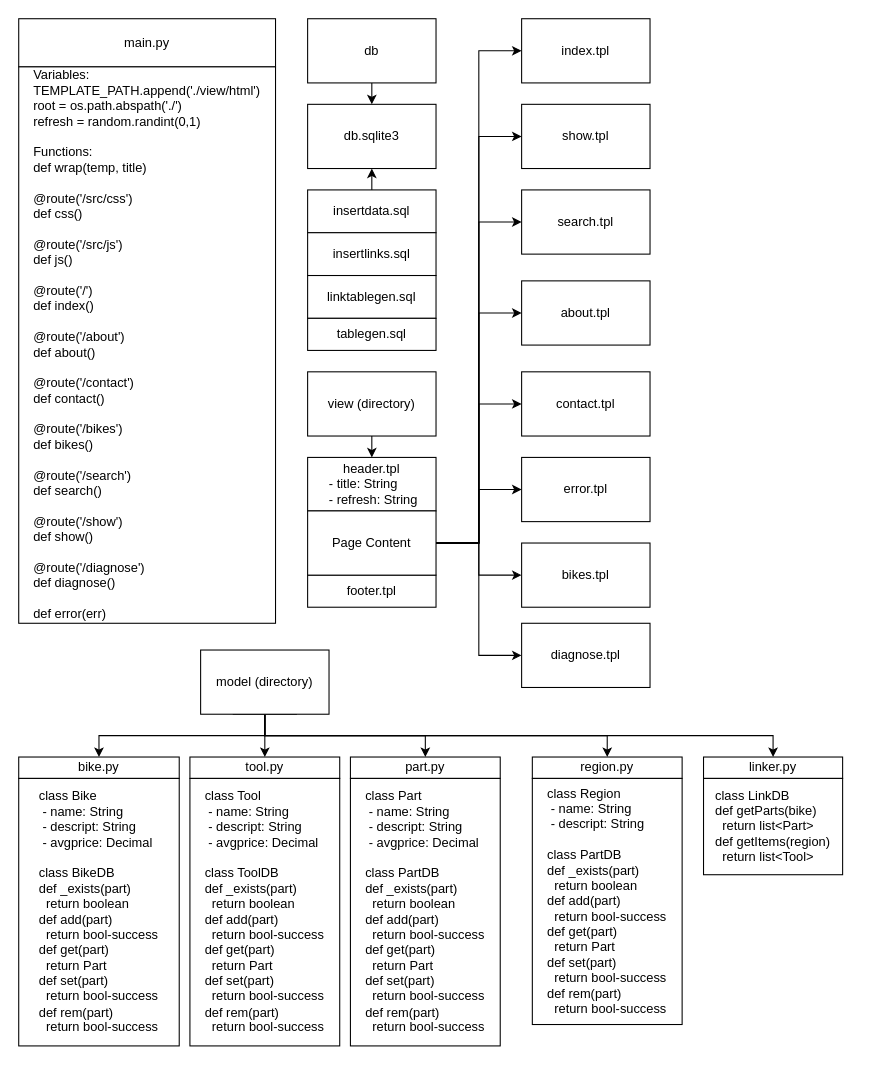
Before: diag/Static_View.drawio in kodeschreiber/ITIS4155, a draw.io diagram. Source tidied: cells renumbered, new cells numbered last; positions are measured from the earlier drawing's top-left corner, leaving out a move shared by most shapes. Both pictures are drawn from the tidied source at 107%, with x=0, y=0 at pixel (18, 18).
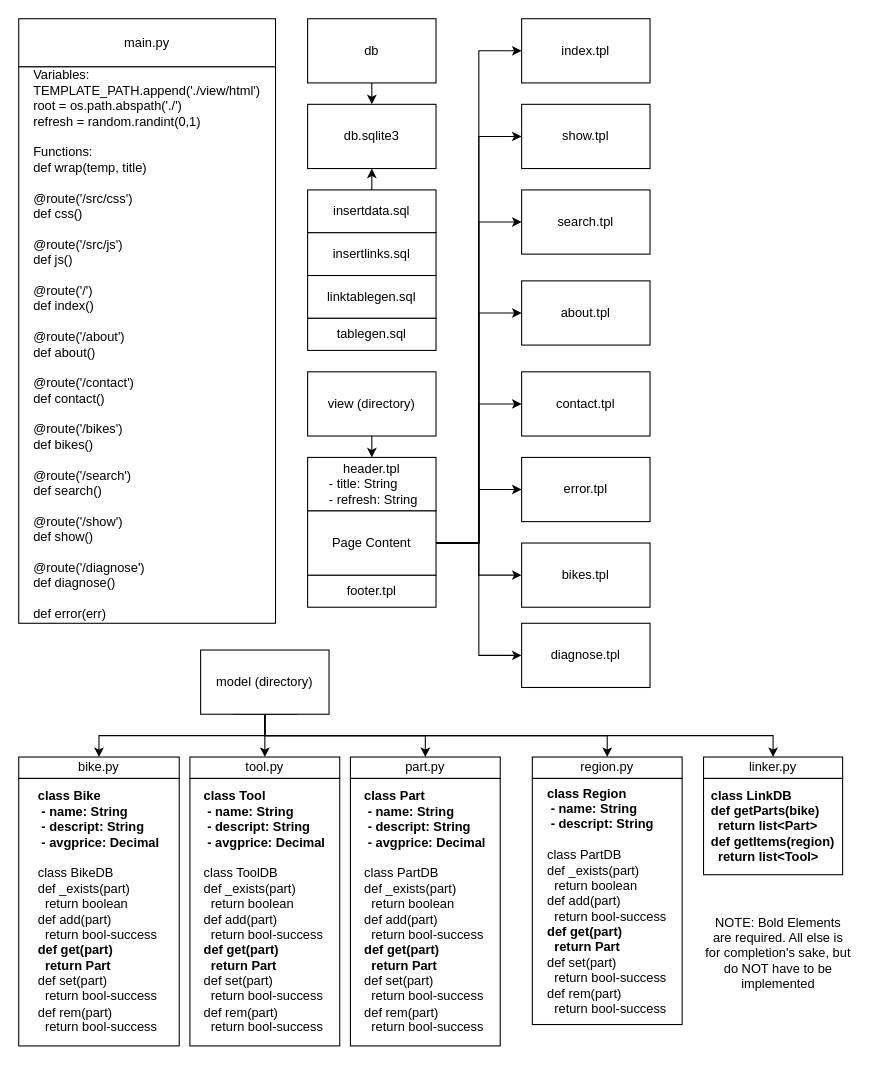
The same page after the edit.

Commit message:
Updated DB section for ease of understanding

The edit, as a diff of the source:
```diff
@@
-    <mxCell id="28" value="&lt;div style=&quot;text-align: left&quot;&gt;class Part&lt;/div&gt;&lt;div style=&quot;text-align: left&quot;&gt;&amp;nbsp;- name: String&lt;/div&gt;&lt;div style=&quot;text-align: left&quot;&gt;&amp;nbsp;- descript: String&lt;/div&gt;&lt;div style=&quot;text-align: left&quot;&gt;&lt;span&gt;&amp;nbsp;- avgprice: Decimal&lt;/span&gt;&lt;br&gt;&lt;/div&gt;&lt;div style=&quot;text-align: left&quot;&gt;&lt;span&gt;&lt;br&gt;&lt;/span&gt;&lt;/div&gt;&lt;div&gt;&lt;div style=&quot;text-align: left&quot;&gt;class PartDB&lt;/div&gt;&lt;div style=&quot;text-align: left&quot;&gt;def _exists(part)&lt;/div&gt;&lt;div style=&quot;text-align: left&quot;&gt;&amp;nbsp; return boolean&lt;/div&gt;&lt;div style=&quot;text-align: left&quot;&gt;def add(part)&lt;/div&gt;&lt;div style=&quot;text-align: left&quot;&gt;&amp;nbsp; return bool-success&lt;/div&gt;&lt;div style=&quot;text-align: left&quot;&gt;def get(part)&lt;/div&gt;&lt;div style=&quot;text-align: left&quot;&gt;&amp;nbsp; return Part&lt;/div&gt;&lt;div style=&quot;text-align: left&quot;&gt;def set(part)&lt;/div&gt;&lt;div style=&quot;text-align: left&quot;&gt;&amp;nbsp; return bool-success&lt;/div&gt;&lt;div style=&quot;text-align: left&quot;&gt;def rem(part)&lt;/div&gt;&lt;div style=&quot;text-align: left&quot;&gt;&amp;nbsp; return bool-success&lt;/div&gt;&lt;/div&gt;" style="rounded=0;whiteSpace=wrap;html=1;" parent="1" vertex="1">
+    <mxCell id="28" value="&lt;div style=&quot;text-align: left&quot;&gt;&lt;b&gt;class Part&lt;/b&gt;&lt;/div&gt;&lt;div style=&quot;text-align: left&quot;&gt;&lt;b&gt;&amp;nbsp;- name: String&lt;/b&gt;&lt;/div&gt;&lt;div style=&quot;text-align: left&quot;&gt;&lt;b&gt;&amp;nbsp;- descript: String&lt;/b&gt;&lt;/div&gt;&lt;div style=&quot;text-align: left&quot;&gt;&lt;span&gt;&lt;b&gt;&amp;nbsp;- avgprice: Decimal&lt;/b&gt;&lt;/span&gt;&lt;br&gt;&lt;/div&gt;&lt;div style=&quot;text-align: left&quot;&gt;&lt;span&gt;&lt;br&gt;&lt;/span&gt;&lt;/div&gt;&lt;div&gt;&lt;div style=&quot;text-align: left&quot;&gt;class PartDB&lt;/div&gt;&lt;div style=&quot;text-align: left&quot;&gt;def _exists(part)&lt;/div&gt;&lt;div style=&quot;text-align: left&quot;&gt;&amp;nbsp; return boolean&lt;/div&gt;&lt;div style=&quot;text-align: left&quot;&gt;def add(part)&lt;/div&gt;&lt;div style=&quot;text-align: left&quot;&gt;&amp;nbsp; return bool-success&lt;/div&gt;&lt;div style=&quot;text-align: left&quot;&gt;&lt;b&gt;def get(part)&lt;/b&gt;&lt;/div&gt;&lt;div style=&quot;text-align: left&quot;&gt;&lt;b&gt;&amp;nbsp; return Part&lt;/b&gt;&lt;/div&gt;&lt;div style=&quot;text-align: left&quot;&gt;def set(part)&lt;/div&gt;&lt;div style=&quot;text-align: left&quot;&gt;&amp;nbsp; return bool-success&lt;/div&gt;&lt;div style=&quot;text-align: left&quot;&gt;def rem(part)&lt;/div&gt;&lt;div style=&quot;text-align: left&quot;&gt;&amp;nbsp; return bool-success&lt;/div&gt;&lt;/div&gt;" style="rounded=0;whiteSpace=wrap;html=1;" parent="1" vertex="1">
       <mxGeometry x="310" y="710" width="140" height="250" as="geometry" />
     </mxCell>
-    <mxCell id="29" value="&lt;div style=&quot;text-align: left&quot;&gt;class Tool&lt;/div&gt;&lt;div&gt;&lt;div style=&quot;text-align: left&quot;&gt;&amp;nbsp;- name: String&lt;/div&gt;&lt;div style=&quot;text-align: left&quot;&gt;&amp;nbsp;- descript: String&lt;/div&gt;&lt;div style=&quot;text-align: left&quot;&gt;&amp;nbsp;- avgprice: Decimal&lt;/div&gt;&lt;/div&gt;&lt;div style=&quot;text-align: left&quot;&gt;&lt;br&gt;&lt;/div&gt;&lt;div&gt;&lt;div style=&quot;text-align: left&quot;&gt;class ToolDB&lt;/div&gt;&lt;div&gt;&lt;div style=&quot;text-align: left&quot;&gt;def _exists(part)&lt;/div&gt;&lt;div style=&quot;text-align: left&quot;&gt;&amp;nbsp; return boolean&lt;/div&gt;&lt;div style=&quot;text-align: left&quot;&gt;def add(part)&lt;/div&gt;&lt;div style=&quot;text-align: left&quot;&gt;&amp;nbsp; return bool-success&lt;/div&gt;&lt;div style=&quot;text-align: left&quot;&gt;def get(part)&lt;/div&gt;&lt;div style=&quot;text-align: left&quot;&gt;&amp;nbsp; return Part&lt;/div&gt;&lt;div style=&quot;text-align: left&quot;&gt;def set(part)&lt;/div&gt;&lt;div style=&quot;text-align: left&quot;&gt;&amp;nbsp; return bool-success&lt;/div&gt;&lt;div style=&quot;text-align: left&quot;&gt;def rem(part)&lt;/div&gt;&lt;div style=&quot;text-align: left&quot;&gt;&amp;nbsp; return bool-success&lt;/div&gt;&lt;/div&gt;&lt;/div&gt;" style="rounded=0;whiteSpace=wrap;html=1;" parent="1" vertex="1">
+    <mxCell id="29" value="&lt;div style=&quot;text-align: left&quot;&gt;&lt;b&gt;class Tool&lt;/b&gt;&lt;/div&gt;&lt;div&gt;&lt;div style=&quot;text-align: left&quot;&gt;&lt;b&gt;&amp;nbsp;- name: String&lt;/b&gt;&lt;/div&gt;&lt;div style=&quot;text-align: left&quot;&gt;&lt;b&gt;&amp;nbsp;- descript: String&lt;/b&gt;&lt;/div&gt;&lt;div style=&quot;text-align: left&quot;&gt;&lt;b&gt;&amp;nbsp;- avgprice: Decimal&lt;/b&gt;&lt;/div&gt;&lt;/div&gt;&lt;div style=&quot;text-align: left&quot;&gt;&lt;br&gt;&lt;/div&gt;&lt;div&gt;&lt;div style=&quot;text-align: left&quot;&gt;class ToolDB&lt;/div&gt;&lt;div&gt;&lt;div style=&quot;text-align: left&quot;&gt;def _exists(part)&lt;/div&gt;&lt;div style=&quot;text-align: left&quot;&gt;&amp;nbsp; return boolean&lt;/div&gt;&lt;div style=&quot;text-align: left&quot;&gt;def add(part)&lt;/div&gt;&lt;div style=&quot;text-align: left&quot;&gt;&amp;nbsp; return bool-success&lt;/div&gt;&lt;div style=&quot;text-align: left&quot;&gt;&lt;b&gt;def get(part)&lt;/b&gt;&lt;/div&gt;&lt;div style=&quot;text-align: left&quot;&gt;&lt;b&gt;&amp;nbsp; return Part&lt;/b&gt;&lt;/div&gt;&lt;div style=&quot;text-align: left&quot;&gt;def set(part)&lt;/div&gt;&lt;div style=&quot;text-align: left&quot;&gt;&amp;nbsp; return bool-success&lt;/div&gt;&lt;div style=&quot;text-align: left&quot;&gt;def rem(part)&lt;/div&gt;&lt;div style=&quot;text-align: left&quot;&gt;&amp;nbsp; return bool-success&lt;/div&gt;&lt;/div&gt;&lt;/div&gt;" style="rounded=0;whiteSpace=wrap;html=1;" parent="1" vertex="1">
       <mxGeometry x="160" y="710" width="140" height="250" as="geometry" />
     </mxCell>
-    <mxCell id="30" value="&lt;div style=&quot;text-align: left&quot;&gt;&lt;br&gt;&lt;/div&gt;&lt;div style=&quot;text-align: left&quot;&gt;class Bike&lt;/div&gt;&lt;div&gt;&lt;div style=&quot;text-align: left&quot;&gt;&amp;nbsp;- name: String&lt;/div&gt;&lt;div style=&quot;text-align: left&quot;&gt;&amp;nbsp;- descript: String&lt;/div&gt;&lt;div style=&quot;text-align: left&quot;&gt;&amp;nbsp;- avgprice: Decimal&lt;/div&gt;&lt;/div&gt;&lt;div&gt;&lt;div&gt;&lt;div style=&quot;text-align: left&quot;&gt;&lt;br&gt;&lt;/div&gt;&lt;div style=&quot;text-align: left&quot;&gt;class BikeDB&lt;/div&gt;&lt;div&gt;&lt;div style=&quot;text-align: left&quot;&gt;def _exists(part)&lt;/div&gt;&lt;div style=&quot;text-align: left&quot;&gt;&amp;nbsp; return boolean&lt;/div&gt;&lt;div style=&quot;text-align: left&quot;&gt;def add(part)&lt;/div&gt;&lt;div style=&quot;text-align: left&quot;&gt;&amp;nbsp; return bool-success&lt;/div&gt;&lt;div style=&quot;text-align: left&quot;&gt;def get(part)&lt;/div&gt;&lt;div style=&quot;text-align: left&quot;&gt;&amp;nbsp; return Part&lt;/div&gt;&lt;div style=&quot;text-align: left&quot;&gt;def set(part)&lt;/div&gt;&lt;div style=&quot;text-align: left&quot;&gt;&amp;nbsp; return bool-success&lt;/div&gt;&lt;div style=&quot;text-align: left&quot;&gt;def rem(part)&lt;/div&gt;&lt;div style=&quot;text-align: left&quot;&gt;&amp;nbsp; return bool-success&lt;/div&gt;&lt;/div&gt;&lt;/div&gt;&lt;/div&gt;&lt;div style=&quot;text-align: left&quot;&gt;&lt;br&gt;&lt;/div&gt;" style="rounded=0;whiteSpace=wrap;html=1;" parent="1" vertex="1">
+    <mxCell id="30" value="&lt;div style=&quot;text-align: left&quot;&gt;&lt;br&gt;&lt;/div&gt;&lt;div style=&quot;text-align: left&quot;&gt;&lt;b&gt;class Bike&lt;/b&gt;&lt;/div&gt;&lt;div&gt;&lt;div style=&quot;text-align: left&quot;&gt;&lt;b&gt;&amp;nbsp;- name: String&lt;/b&gt;&lt;/div&gt;&lt;div style=&quot;text-align: left&quot;&gt;&lt;b&gt;&amp;nbsp;- descript: String&lt;/b&gt;&lt;/div&gt;&lt;div style=&quot;text-align: left&quot;&gt;&lt;b&gt;&amp;nbsp;- avgprice: Decimal&lt;/b&gt;&lt;/div&gt;&lt;/div&gt;&lt;div&gt;&lt;div&gt;&lt;div style=&quot;text-align: left&quot;&gt;&lt;br&gt;&lt;/div&gt;&lt;div style=&quot;text-align: left&quot;&gt;class BikeDB&lt;/div&gt;&lt;div&gt;&lt;div style=&quot;text-align: left&quot;&gt;def _exists(part)&lt;/div&gt;&lt;div style=&quot;text-align: left&quot;&gt;&amp;nbsp; return boolean&lt;/div&gt;&lt;div style=&quot;text-align: left&quot;&gt;def add(part)&lt;/div&gt;&lt;div style=&quot;text-align: left&quot;&gt;&amp;nbsp; return bool-success&lt;/div&gt;&lt;div style=&quot;text-align: left&quot;&gt;&lt;b&gt;def get(part)&lt;/b&gt;&lt;/div&gt;&lt;div style=&quot;text-align: left&quot;&gt;&lt;b&gt;&amp;nbsp; return Part&lt;/b&gt;&lt;/div&gt;&lt;div style=&quot;text-align: left&quot;&gt;def set(part)&lt;/div&gt;&lt;div style=&quot;text-align: left&quot;&gt;&amp;nbsp; return bool-success&lt;/div&gt;&lt;div style=&quot;text-align: left&quot;&gt;def rem(part)&lt;/div&gt;&lt;div style=&quot;text-align: left&quot;&gt;&amp;nbsp; return bool-success&lt;/div&gt;&lt;/div&gt;&lt;/div&gt;&lt;/div&gt;&lt;div style=&quot;text-align: left&quot;&gt;&lt;br&gt;&lt;/div&gt;" style="rounded=0;whiteSpace=wrap;html=1;" parent="1" vertex="1">
       <mxGeometry y="710" width="150" height="250" as="geometry" />
     </mxCell>
@@
-    <mxCell id="43" value="&lt;div style=&quot;text-align: left&quot;&gt;class LinkDB&lt;/div&gt;&lt;div style=&quot;text-align: left&quot;&gt;def getParts(bike)&lt;/div&gt;&lt;div style=&quot;text-align: left&quot;&gt;&amp;nbsp; return list&amp;lt;Part&amp;gt;&lt;/div&gt;&lt;div style=&quot;text-align: left&quot;&gt;def getItems(region)&lt;/div&gt;&lt;div style=&quot;text-align: left&quot;&gt;&amp;nbsp; return list&amp;lt;Tool&amp;gt;&lt;/div&gt;" style="rounded=0;whiteSpace=wrap;html=1;" parent="1" vertex="1">
+    <mxCell id="43" value="&lt;div style=&quot;text-align: left&quot;&gt;&lt;b&gt;class LinkDB&lt;/b&gt;&lt;/div&gt;&lt;div style=&quot;text-align: left&quot;&gt;&lt;b&gt;def getParts(bike)&lt;/b&gt;&lt;/div&gt;&lt;div style=&quot;text-align: left&quot;&gt;&lt;b&gt;&amp;nbsp; return list&amp;lt;Part&amp;gt;&lt;/b&gt;&lt;/div&gt;&lt;div style=&quot;text-align: left&quot;&gt;&lt;b&gt;def getItems(region)&lt;/b&gt;&lt;/div&gt;&lt;div style=&quot;text-align: left&quot;&gt;&lt;b&gt;&amp;nbsp; return list&amp;lt;Tool&amp;gt;&lt;/b&gt;&lt;/div&gt;" style="rounded=0;whiteSpace=wrap;html=1;" parent="1" vertex="1">
       <mxGeometry x="640" y="710" width="130" height="90" as="geometry" />
     </mxCell>
@@
-    <mxCell id="48" value="&lt;div style=&quot;text-align: left&quot;&gt;class Region&lt;/div&gt;&lt;div style=&quot;text-align: left&quot;&gt;&lt;span&gt;&amp;nbsp;- name: String&lt;/span&gt;&lt;/div&gt;&lt;div style=&quot;text-align: left&quot;&gt;&amp;nbsp;- descript: String&lt;/div&gt;&lt;div style=&quot;text-align: left&quot;&gt;&lt;span&gt;&lt;br&gt;&lt;/span&gt;&lt;/div&gt;&lt;div&gt;&lt;div style=&quot;text-align: left&quot;&gt;class PartDB&lt;/div&gt;&lt;div style=&quot;text-align: left&quot;&gt;def _exists(part)&lt;/div&gt;&lt;div style=&quot;text-align: left&quot;&gt;&amp;nbsp; return boolean&lt;/div&gt;&lt;div style=&quot;text-align: left&quot;&gt;def add(part)&lt;/div&gt;&lt;div style=&quot;text-align: left&quot;&gt;&amp;nbsp; return bool-success&lt;/div&gt;&lt;div style=&quot;text-align: left&quot;&gt;def get(part)&lt;/div&gt;&lt;div style=&quot;text-align: left&quot;&gt;&amp;nbsp; return Part&lt;/div&gt;&lt;div style=&quot;text-align: left&quot;&gt;def set(part)&lt;/div&gt;&lt;div style=&quot;text-align: left&quot;&gt;&amp;nbsp; return bool-success&lt;/div&gt;&lt;div style=&quot;text-align: left&quot;&gt;def rem(part)&lt;/div&gt;&lt;div style=&quot;text-align: left&quot;&gt;&amp;nbsp; return bool-success&lt;/div&gt;&lt;/div&gt;" style="rounded=0;whiteSpace=wrap;html=1;" parent="1" vertex="1">
+    <mxCell id="48" value="&lt;div style=&quot;text-align: left&quot;&gt;&lt;b&gt;class Region&lt;/b&gt;&lt;/div&gt;&lt;div style=&quot;text-align: left&quot;&gt;&lt;span&gt;&lt;b&gt;&amp;nbsp;- name: String&lt;/b&gt;&lt;/span&gt;&lt;/div&gt;&lt;div style=&quot;text-align: left&quot;&gt;&lt;b&gt;&amp;nbsp;- descript: String&lt;/b&gt;&lt;/div&gt;&lt;div style=&quot;text-align: left&quot;&gt;&lt;span&gt;&lt;br&gt;&lt;/span&gt;&lt;/div&gt;&lt;div&gt;&lt;div style=&quot;text-align: left&quot;&gt;class PartDB&lt;/div&gt;&lt;div style=&quot;text-align: left&quot;&gt;def _exists(part)&lt;/div&gt;&lt;div style=&quot;text-align: left&quot;&gt;&amp;nbsp; return boolean&lt;/div&gt;&lt;div style=&quot;text-align: left&quot;&gt;def add(part)&lt;/div&gt;&lt;div style=&quot;text-align: left&quot;&gt;&amp;nbsp; return bool-success&lt;/div&gt;&lt;div style=&quot;text-align: left&quot;&gt;&lt;b&gt;def get(part)&lt;/b&gt;&lt;/div&gt;&lt;div style=&quot;text-align: left&quot;&gt;&lt;b&gt;&amp;nbsp; return Part&lt;/b&gt;&lt;/div&gt;&lt;div style=&quot;text-align: left&quot;&gt;def set(part)&lt;/div&gt;&lt;div style=&quot;text-align: left&quot;&gt;&amp;nbsp; return bool-success&lt;/div&gt;&lt;div style=&quot;text-align: left&quot;&gt;def rem(part)&lt;/div&gt;&lt;div style=&quot;text-align: left&quot;&gt;&amp;nbsp; return bool-success&lt;/div&gt;&lt;/div&gt;" style="rounded=0;whiteSpace=wrap;html=1;" parent="1" vertex="1">
       <mxGeometry x="480" y="710" width="140" height="230" as="geometry" />
     </mxCell>
+    <mxCell id="49" value="NOTE: Bold Elements are required. All else is for completion's sake, but do NOT have to be implemented" style="text;html=1;strokeColor=none;fillColor=none;align=center;verticalAlign=middle;whiteSpace=wrap;rounded=0;" parent="1" vertex="1">
+      <mxGeometry x="640" y="825" width="140" height="95" as="geometry" />
+    </mxCell>
```
